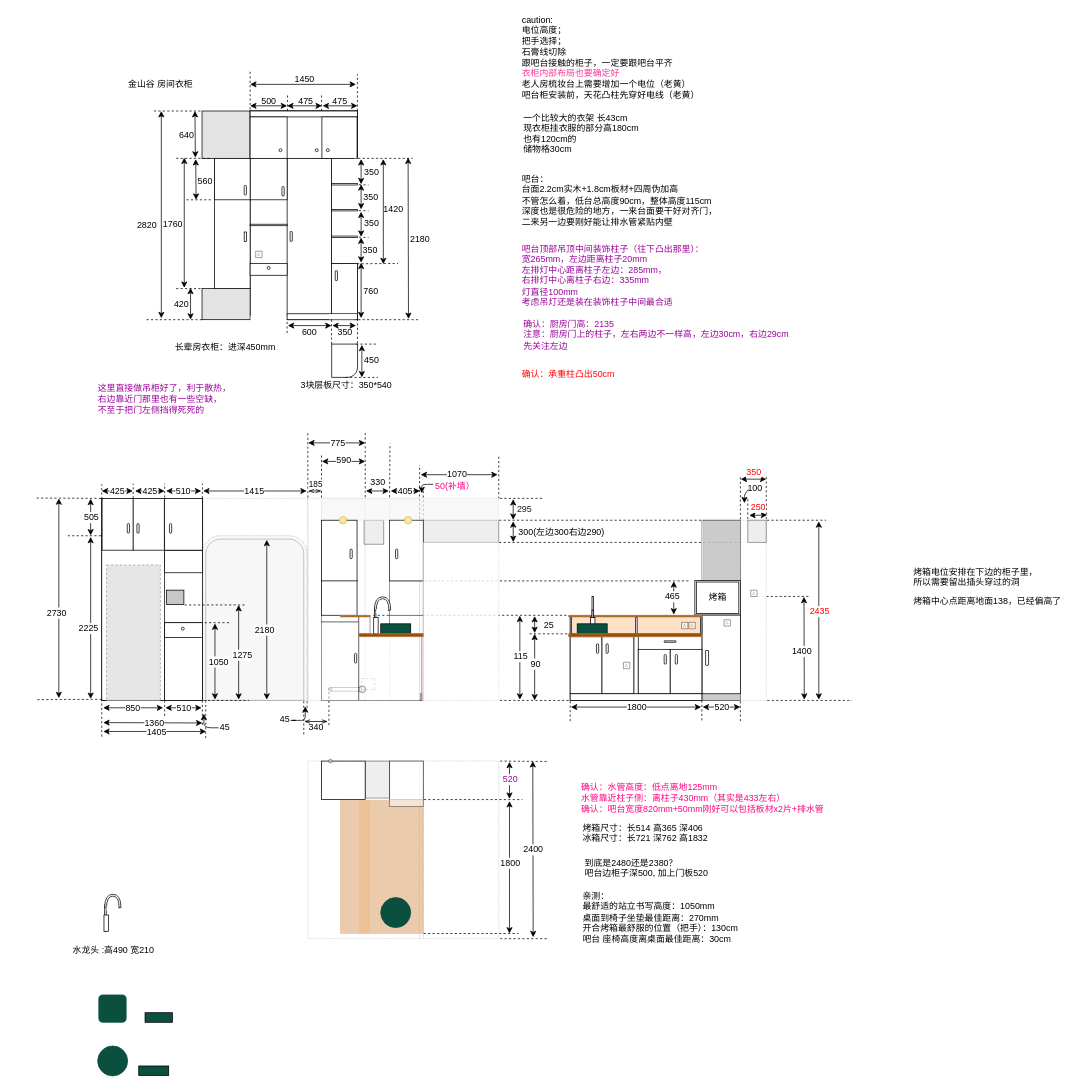
Soffiaa/getTitles keeps this draw.io diagram as page "Page-1" (1 of 2) of result/装修图07170617.drawio. Above is the earlier version. Source tidied: cells renumbered, new cells numbered last; positions are measured from the earlier drawing's top-left corner, leaving out a move shared by most shapes. Both pictures are drawn from the tidied source at 74%, with x=0, y=0 at pixel (36, 13). Pictures stored in the file or linked from it are replaced by grey dashed boxes.
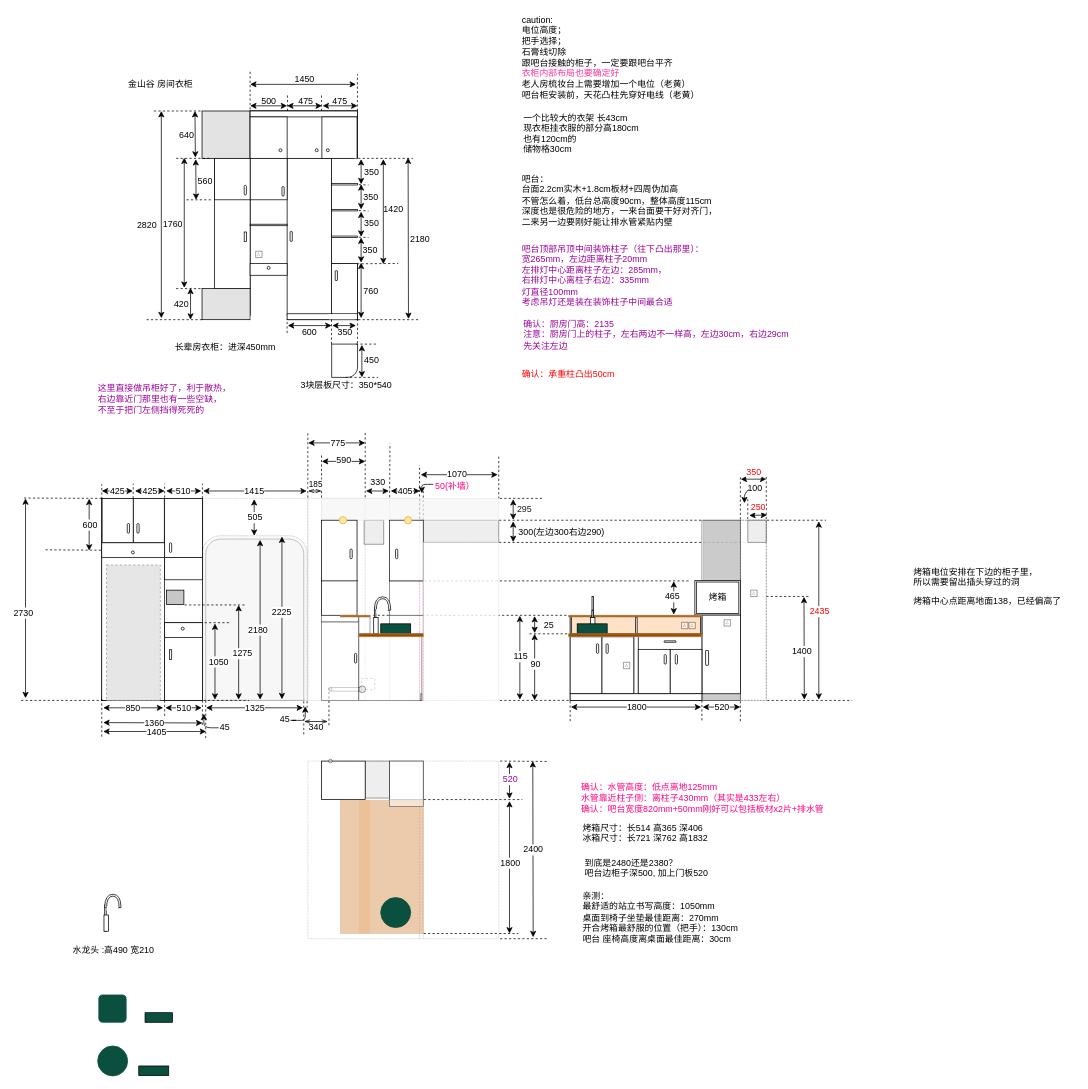
After the change.

Unchanged cells that the change refers to:
```xml
<mxCell id="12" style="group;" parent="1" vertex="1">
  <mxGeometry x="224" y="706.5" width="141.5" height="222.5" as="geometry" />
</mxCell>
<mxCell id="303" style="endArrow=classic;startArrow=classic;html=1;" parent="1" edge="1">
  <mxGeometry relative="1" as="geometry">
    <mxPoint x="273" y="928" as="sourcePoint" />
    <mxPoint x="273" y="800" as="targetPoint" />
  </mxGeometry>
</mxCell>
```

Diff of the diagram source:
```diff
@@
+    <mxCell id="122" style="endArrow=classic;startArrow=classic;html=1;" parent="12" edge="1">
+      <mxGeometry relative="1" as="geometry">
+        <mxPoint x="107.5" y="221" as="sourcePoint" />
+        <mxPoint x="107.5" y="1" as="targetPoint" />
+      </mxGeometry>
+    </mxCell>
+    <mxCell id="123" value="2225" style="text;html=1;align=center;verticalAlign=middle;labelBackgroundColor=#ffffff;fontColor=#000000;" parent="122" vertex="1">
+      <mxGeometry x="-0.23" y="1" relative="1" as="geometry">
+        <mxPoint y="-33" as="offset" />
+      </mxGeometry>
+    </mxCell>
@@
     <mxCell id="121" style="endArrow=none;dashed=1;html=1;" parent="1" edge="1">
       <mxGeometry relative="1" as="geometry">
-        <mxPoint x="1" y="928" as="sourcePoint" />
-        <mxPoint x="90" y="927.5" as="targetPoint" />
+        <mxPoint x="-21" y="929" as="sourcePoint" />
+        <mxPoint x="90" y="929" as="targetPoint" />
       </mxGeometry>
     </mxCell>
-    <mxCell id="122" style="endArrow=classic;startArrow=classic;html=1;" parent="1" edge="1">
-      <mxGeometry relative="1" as="geometry">
-        <mxPoint x="73" y="927" as="sourcePoint" />
-        <mxPoint x="73" y="708" as="targetPoint" />
-      </mxGeometry>
-    </mxCell>
-    <mxCell id="123" value="2225" style="text;html=1;align=center;verticalAlign=middle;labelBackgroundColor=#ffffff;fontColor=#000000;" parent="122" vertex="1">
-      <mxGeometry x="-0.23" y="1" relative="1" as="geometry">
-        <mxPoint x="-3" y="-12" as="offset" />
-      </mxGeometry>
-    </mxCell>
@@
-    <mxCell id="129" style="rounded=0;whiteSpace=wrap;html=1;" parent="1" vertex="1">
-      <mxGeometry x="88.5" y="656" width="42" height="70" as="geometry" />
-    </mxCell>
-    <mxCell id="130" style="rounded=0;whiteSpace=wrap;html=1;" parent="1" vertex="1">
-      <mxGeometry x="173" y="656" width="51" height="70" as="geometry" />
-    </mxCell>
@@
-    <mxCell id="145" style="rounded=1;whiteSpace=wrap;html=1;strokeColor=#000000;fillColor=#FFFFFF;rotation=90;arcSize=50;" parent="1" vertex="1">
-      <mxGeometry x="117.5" y="695" width="13" height="3" as="geometry" />
-    </mxCell>
@@
-    <mxCell id="181" style="rounded=0;whiteSpace=wrap;html=1;strokeColor=#C7C7C7;dashed=1;dashPattern=1 1;fixDash=0;opacity=90;" parent="1" vertex="1">
+    <mxCell id="181" style="rounded=0;whiteSpace=wrap;html=1;strokeColor=#2B2B2B;dashed=1;dashPattern=1 1;fixDash=0;opacity=90;" parent="1" vertex="1">
       <mxGeometry x="951" y="685.5" width="35" height="243.5" as="geometry" />
     </mxCell>
@@
     <mxCell id="287" style="endArrow=none;dashed=1;html=1;" parent="1" edge="1">
       <mxGeometry relative="1" as="geometry">
-        <mxPoint y="655.5" as="sourcePoint" />
+        <mxPoint x="-17" y="655.5" as="sourcePoint" />
         <mxPoint x="90" y="656" as="targetPoint" />
       </mxGeometry>
     </mxCell>
     <mxCell id="288" style="endArrow=classic;startArrow=classic;html=1;" parent="1" edge="1">
       <mxGeometry relative="1" as="geometry">
-        <mxPoint x="30" y="926" as="sourcePoint" />
-        <mxPoint x="30" y="656" as="targetPoint" />
+        <mxPoint x="-15" y="926" as="sourcePoint" />
+        <mxPoint x="-15" y="656" as="targetPoint" />
       </mxGeometry>
     </mxCell>
@@
-    <mxCell id="296" style="endArrow=none;dashed=1;html=1;" parent="1" edge="1">
-      <mxGeometry relative="1" as="geometry">
-        <mxPoint x="42" y="706.5" as="sourcePoint" />
-        <mxPoint x="90" y="706.5" as="targetPoint" />
-      </mxGeometry>
-    </mxCell>
@@
     <mxCell id="300" style="endArrow=classic;startArrow=classic;html=1;" parent="1" edge="1">
       <mxGeometry relative="1" as="geometry">
-        <mxPoint x="73" y="706" as="sourcePoint" />
-        <mxPoint x="73" y="656.5" as="targetPoint" />
+        <mxPoint x="294" y="706.5" as="sourcePoint" />
+        <mxPoint x="294" y="657" as="targetPoint" />
       </mxGeometry>
     </mxCell>
@@
     <mxCell id="304" value="1275" style="text;html=1;align=center;verticalAlign=middle;labelBackgroundColor=#ffffff;" parent="303" vertex="1">
       <mxGeometry x="-0.23" y="1" relative="1" as="geometry">
-        <mxPoint x="5" y="-12" as="offset" />
+        <mxPoint x="5" y="-14" as="offset" />
       </mxGeometry>
     </mxCell>
@@
     <mxCell id="307" style="endArrow=classic;startArrow=classic;html=1;" parent="1" edge="1">
       <mxGeometry relative="1" as="geometry">
-        <mxPoint x="311" y="928" as="sourcePoint" />
-        <mxPoint x="311" y="712" as="targetPoint" />
+        <mxPoint x="302" y="928" as="sourcePoint" />
+        <mxPoint x="302" y="712" as="targetPoint" />
       </mxGeometry>
     </mxCell>
@@
-    <mxCell id="402" style="rounded=1;whiteSpace=wrap;html=1;strokeColor=#000000;fillColor=#FFFFFF;rotation=90;arcSize=50;" parent="1" vertex="1">
-      <mxGeometry x="174.5" y="695" width="13" height="3" as="geometry" />
-    </mxCell>
@@
     <mxCell id="404" style="rounded=0;whiteSpace=wrap;html=1;" parent="1" vertex="1">
-      <mxGeometry x="130.5" y="656" width="42" height="70" as="geometry" />
+      <mxGeometry x="130.5" y="656" width="42" height="60" as="geometry" />
     </mxCell>
@@
     <mxCell id="406" style="rounded=0;whiteSpace=wrap;html=1;" parent="1" vertex="1">
-      <mxGeometry x="173" y="726.5" width="51" height="30" as="geometry" />
+      <mxGeometry x="173" y="736" width="51" height="30" as="geometry" />
     </mxCell>
@@
+    <mxCell id="130" style="rounded=0;whiteSpace=wrap;html=1;" parent="1" vertex="1">
+      <mxGeometry x="173" y="656" width="51" height="80" as="geometry" />
+    </mxCell>
+    <mxCell id="402" style="rounded=1;whiteSpace=wrap;html=1;strokeColor=#000000;fillColor=#FFFFFF;rotation=90;arcSize=50;" parent="1" vertex="1">
+      <mxGeometry x="174.5" y="721" width="13" height="3" as="geometry" />
+    </mxCell>
+    <mxCell id="129" style="rounded=0;whiteSpace=wrap;html=1;" parent="1" vertex="1">
+      <mxGeometry x="88.5" y="656" width="42" height="60" as="geometry" />
+    </mxCell>
+    <mxCell id="145" style="rounded=1;whiteSpace=wrap;html=1;strokeColor=#000000;fillColor=#FFFFFF;rotation=90;arcSize=50;" parent="1" vertex="1">
+      <mxGeometry x="117.5" y="695" width="13" height="3" as="geometry" />
+    </mxCell>
+    <mxCell id="408" style="endArrow=none;dashed=1;html=1;" parent="1" edge="1">
+      <mxGeometry relative="1" as="geometry">
+        <mxPoint x="12" y="725.5" as="sourcePoint" />
+        <mxPoint x="87" y="726" as="targetPoint" />
+      </mxGeometry>
+    </mxCell>
+    <mxCell id="409" style="endArrow=classic;startArrow=classic;html=1;" parent="1" edge="1">
+      <mxGeometry relative="1" as="geometry">
+        <mxPoint x="71" y="726.5" as="sourcePoint" />
+        <mxPoint x="71" y="656.5" as="targetPoint" />
+      </mxGeometry>
+    </mxCell>
+    <mxCell id="410" value="600" style="text;html=1;align=center;verticalAlign=middle;labelBackgroundColor=#ffffff;fontColor=#000000;" parent="409" vertex="1">
+      <mxGeometry x="-0.03" y="1" relative="1" as="geometry">
+        <mxPoint x="1" y="-1" as="offset" />
+      </mxGeometry>
+    </mxCell>
+    <mxCell id="411" style="endArrow=classic;startArrow=classic;html=1;" parent="1" edge="1">
+      <mxGeometry relative="1" as="geometry">
+        <mxPoint x="229" y="939" as="sourcePoint" />
+        <mxPoint x="360" y="939" as="targetPoint" />
+      </mxGeometry>
+    </mxCell>
+    <mxCell id="412" value="1325" style="text;html=1;align=center;verticalAlign=middle;labelBackgroundColor=#ffffff;" parent="411" vertex="1">
+      <mxGeometry x="-0.33" y="-4" relative="1" as="geometry">
+        <mxPoint x="21" y="-4" as="offset" />
+      </mxGeometry>
+    </mxCell>
+    <mxCell id="413" style="rounded=1;whiteSpace=wrap;html=1;strokeColor=#000000;fillColor=#FFFFFF;rotation=90;arcSize=0;" parent="1" vertex="1">
+      <mxGeometry x="174.5" y="865.5" width="13" height="3" as="geometry" />
+    </mxCell>
+    <mxCell id="414" style="rounded=0;whiteSpace=wrap;html=1;" parent="1" vertex="1">
+      <mxGeometry x="88" y="716" width="85" height="20" as="geometry" />
+    </mxCell>
+    <mxCell id="415" style="ellipse;whiteSpace=wrap;html=1;rounded=0;fillColor=#FFFFFF;" parent="1" vertex="1">
+      <mxGeometry x="128" y="727" width="4" height="4" as="geometry" />
+    </mxCell>
```
